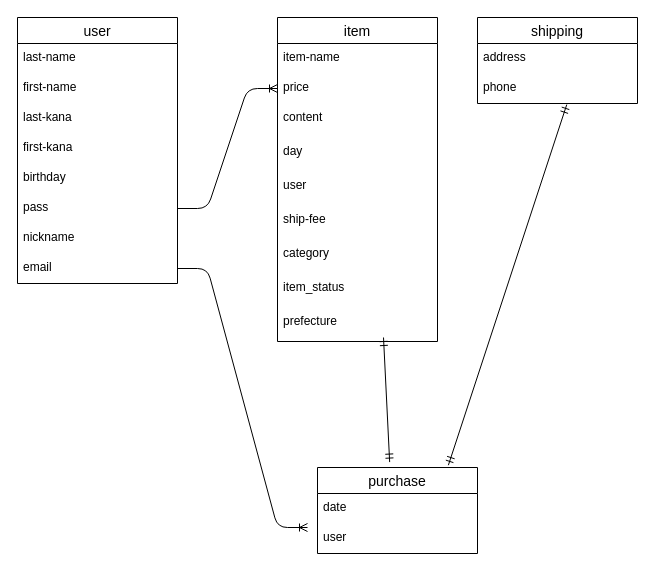
Earlier version of the draw.io diagram er.dio (ericaohashi/furima-37450). Source tidied: cells renumbered, new cells numbered last; positions are measured from the earlier drawing's top-left corner, leaving out a move shared by most shapes. Both pictures are drawn from the tidied source at 100%, with x=0, y=0 at pixel (17, 17).
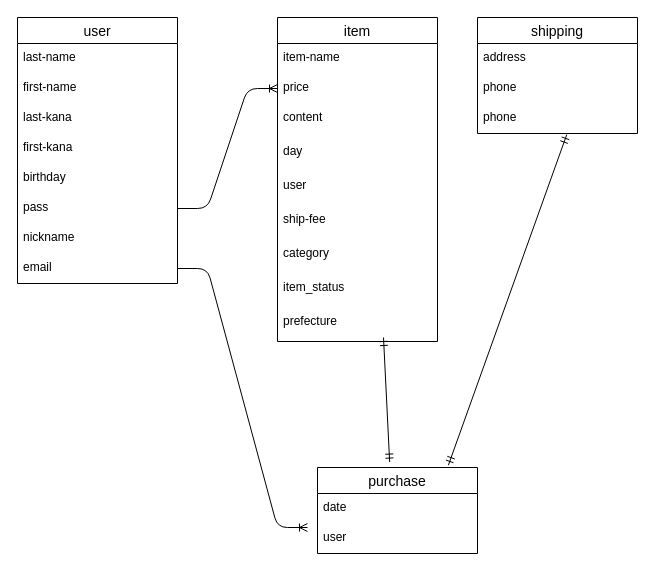
The same diagram, later.

Commit message (it also covers changes not shown here):
データベース設計の修正４

ER図も添付させていただきます。https://gyazo.com/7d518b27659f599c26ecfdc684bb0774

Change to the diagram source:
```diff
@@
     <mxCell id="21" value="shipping" style="swimlane;fontStyle=0;horizontal=1;startSize=26;align=center;fontSize=14;" parent="1" vertex="1">
-      <mxGeometry x="460" width="160" height="86" as="geometry" />
+      <mxGeometry x="460" width="160" height="116" as="geometry" />
     </mxCell>
@@
+    <mxCell id="32" value="phone" style="text;strokeColor=none;fillColor=none;spacingLeft=4;spacingRight=4;overflow=hidden;fontSize=12;" parent="21" vertex="1">
+      <mxGeometry y="56" width="160" height="30" as="geometry" />
+    </mxCell>
     <mxCell id="23" value="phone" style="text;strokeColor=none;fillColor=none;spacingLeft=4;spacingRight=4;overflow=hidden;points=[[0,0.5],[1,0.5]];portConstraint=eastwest;fontSize=12;" parent="21" vertex="1">
-      <mxGeometry y="56" width="160" height="30" as="geometry" />
+      <mxGeometry y="86" width="160" height="30" as="geometry" />
     </mxCell>
```
